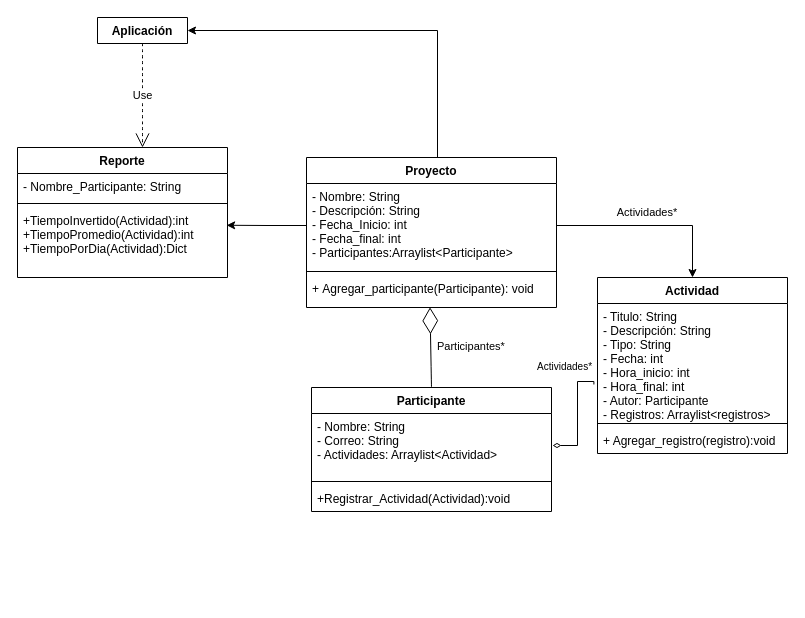
DYPOO-2022-j-vargasr2-n-camargop/ENTREGA1_PROYECTO1_DYPOO keeps this draw.io diagram as ENTREGA1_P1.drawio. Above is the earlier version. Source tidied: cells renumbered, new cells numbered last; positions are measured from the earlier drawing's top-left corner, leaving out a move shared by most shapes. Both pictures are drawn from the tidied source at 100%, with x=0, y=0 at pixel (17, 17).
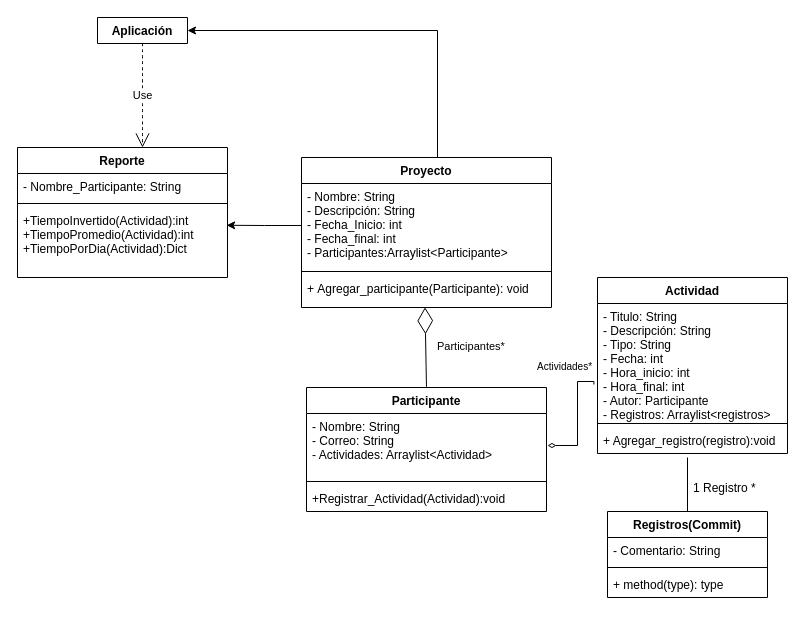
The same page after the edit.

The change refers to these unchanged cells:
```xml
<mxCell id="2" value="Actividad" style="swimlane;fontStyle=1;align=center;verticalAlign=top;horizontal=1;startSize=26;" parent="1" vertex="1">
  <mxGeometry x="580" y="260" width="190" height="176" as="geometry" />
</mxCell>
<mxCell id="12" value="- Nombre: String&#10;- Descripción: String&#10;- Fecha_Inicio: int&#10;- Fecha_final: int&#10;- Participantes:Arraylist&lt;Participante&gt;" style="text;strokeColor=none;fillColor=none;align=left;verticalAlign=top;spacingLeft=4;spacingRight=4;overflow=hidden;points=[[0,0.5],[1,0.5]];portConstraint=eastwest;" parent="11" vertex="1">
  <mxGeometry y="26" width="250" height="84" as="geometry" />
</mxCell>
```

What changed in the source:
```diff
@@
     <mxCell id="11" value="Proyecto" style="swimlane;fontStyle=1;align=center;verticalAlign=top;horizontal=1;startSize=26;" parent="1" vertex="1">
-      <mxGeometry x="289" y="140" width="250" height="150" as="geometry" />
+      <mxGeometry x="284" y="140" width="250" height="150" as="geometry" />
     </mxCell>
@@
     <mxCell id="15" value="Participante" style="swimlane;fontStyle=1;align=center;verticalAlign=top;horizontal=1;startSize=26;" parent="1" vertex="1">
-      <mxGeometry x="294" y="370" width="240" height="124" as="geometry" />
+      <mxGeometry x="289" y="370" width="240" height="124" as="geometry" />
     </mxCell>
@@
-    <mxCell id="22" style="edgeStyle=orthogonalEdgeStyle;rounded=0;jettySize=auto;html=1;entryX=0.5;entryY=0;entryDx=0;entryDy=0;" parent="1" edge="1" source="12" target="2">
-      <mxGeometry relative="1" as="geometry" />
-    </mxCell>
@@
-    <mxCell id="25" value="Actividades*" style="text;html=1;strokeColor=none;fillColor=none;align=center;verticalAlign=middle;whiteSpace=wrap;rounded=0;fontSize=11;" parent="1" vertex="1">
-      <mxGeometry x="600" y="180" width="60" height="30" as="geometry" />
-    </mxCell>
@@
+    <mxCell id="28" style="edgeStyle=orthogonalEdgeStyle;rounded=0;jettySize=auto;html=1;endArrow=none;endFill=0;" parent="1" edge="1" source="29">
+      <mxGeometry relative="1" as="geometry">
+        <mxPoint x="670" y="440" as="targetPoint" />
+      </mxGeometry>
+    </mxCell>
+    <mxCell id="29" value="Registros(Commit)" style="swimlane;fontStyle=1;align=center;verticalAlign=top;horizontal=1;startSize=26;" parent="1" vertex="1">
+      <mxGeometry x="590" y="494" width="160" height="86" as="geometry" />
+    </mxCell>
+    <mxCell id="30" value="- Comentario: String" style="text;strokeColor=none;fillColor=none;align=left;verticalAlign=top;spacingLeft=4;spacingRight=4;overflow=hidden;" parent="29" vertex="1">
+      <mxGeometry y="26" width="160" height="26" as="geometry" />
+    </mxCell>
+    <mxCell id="31" style="line;strokeWidth=1;fillColor=none;align=left;verticalAlign=middle;spacingTop=-1;spacingLeft=3;spacingRight=3;labelPosition=right;" parent="29" vertex="1">
+      <mxGeometry y="52" width="160" height="8" as="geometry" />
+    </mxCell>
+    <mxCell id="32" value="+ method(type): type" style="text;strokeColor=none;fillColor=none;align=left;verticalAlign=top;spacingLeft=4;spacingRight=4;overflow=hidden;" parent="29" vertex="1">
+      <mxGeometry y="60" width="160" height="26" as="geometry" />
+    </mxCell>
+    <mxCell id="33" value="1 Registro *" style="text;strokeColor=none;fillColor=none;align=left;verticalAlign=middle;spacingLeft=4;spacingRight=4;overflow=hidden;fontSize=12;direction=east;flipV=1;flipH=0;" parent="1" vertex="1">
+      <mxGeometry x="670" y="460" width="90" height="20" as="geometry" />
+    </mxCell>
```
